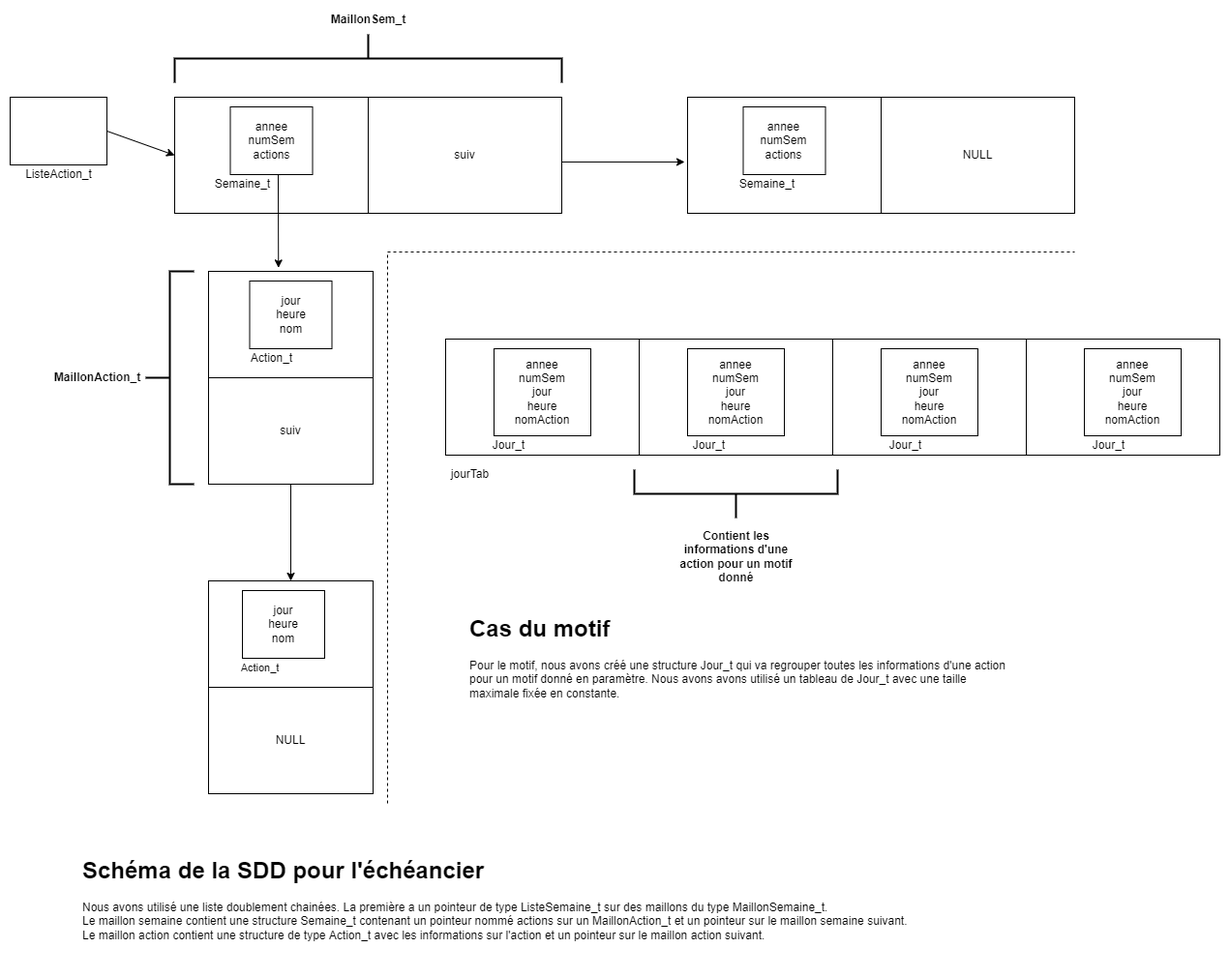
Before: struct_diagramme.png, a diagram exported from draw.io (pabonhomme/projet_sdd_isima). Source tidied: cells renumbered, new cells last; positions are measured from the earlier drawing's top-left corner, leaving out a move shared by most shapes.
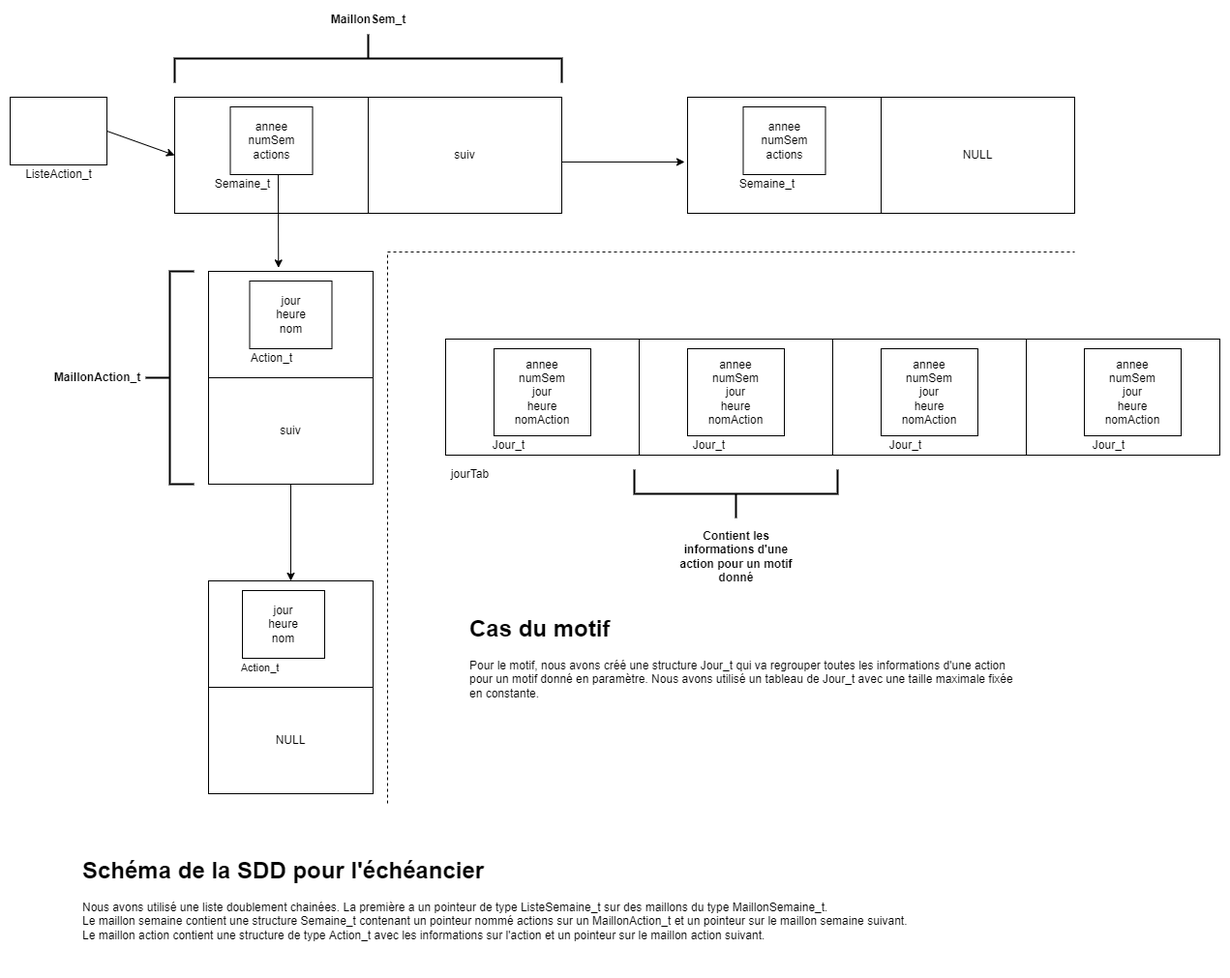
After the change.

Diff of the diagram source:
```diff
@@ -137,7 +137,7 @@
     <mxCell id="44" value="jourTab" style="text;html=1;align=center;verticalAlign=middle;fillColor=none;strokeColor=none;rounded=0;" parent="1" vertex="1">
       <mxGeometry x="450" y="620" width="50" height="20" as="geometry" />
     </mxCell>
-    <mxCell id="45" value="&lt;h1&gt;Cas du motif&lt;/h1&gt;&lt;div&gt;Pour le motif,&amp;nbsp;&lt;span&gt;nous avons créé une structure Jour_t qui va regrouper&amp;nbsp;&lt;/span&gt;&lt;span&gt;toutes les informations d'une action pour un motif donné en paramètre. Nous avons avons utilisé un tableau de Jour_t avec une taille maximale fixée en constante.&lt;/span&gt;&lt;/div&gt;" style="text;html=1;strokeColor=none;fillColor=none;spacing=5;spacingTop=-20;whiteSpace=wrap;overflow=hidden;rounded=0;fontSize=12;" parent="1" vertex="1">
+    <mxCell id="45" value="&lt;h1&gt;Cas du motif&lt;/h1&gt;&lt;div&gt;Pour le motif,&amp;nbsp;&lt;span&gt;nous avons créé une structure Jour_t qui va regrouper&amp;nbsp;&lt;/span&gt;&lt;span&gt;toutes les informations d'une action pour un motif donné en paramètre. Nous avons utilisé un tableau de Jour_t avec une taille maximale fixée en constante.&lt;/span&gt;&lt;/div&gt;" style="text;html=1;strokeColor=none;fillColor=none;spacing=5;spacingTop=-20;whiteSpace=wrap;overflow=hidden;rounded=0;fontSize=12;" parent="1" vertex="1">
       <mxGeometry x="470" y="770" width="570" height="100" as="geometry" />
     </mxCell>
   </root>
```
